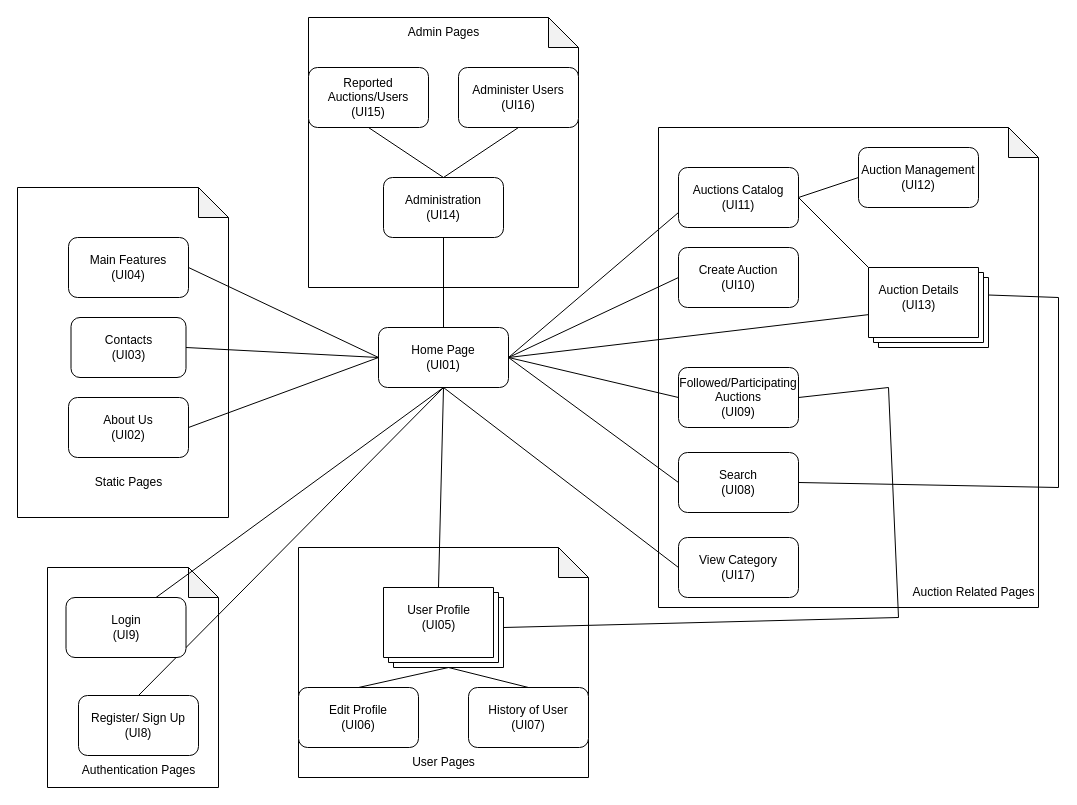
Earlier version of the draw.io diagram Diagrama sem nome.drawio (frutastontas/UML). Source tidied: cells renumbered, new cells numbered last; positions are measured from the earlier drawing's top-left corner, leaving out a move shared by most shapes. Both pictures are drawn from the tidied source at 100%, with x=0, y=0 at pixel (17, 17).
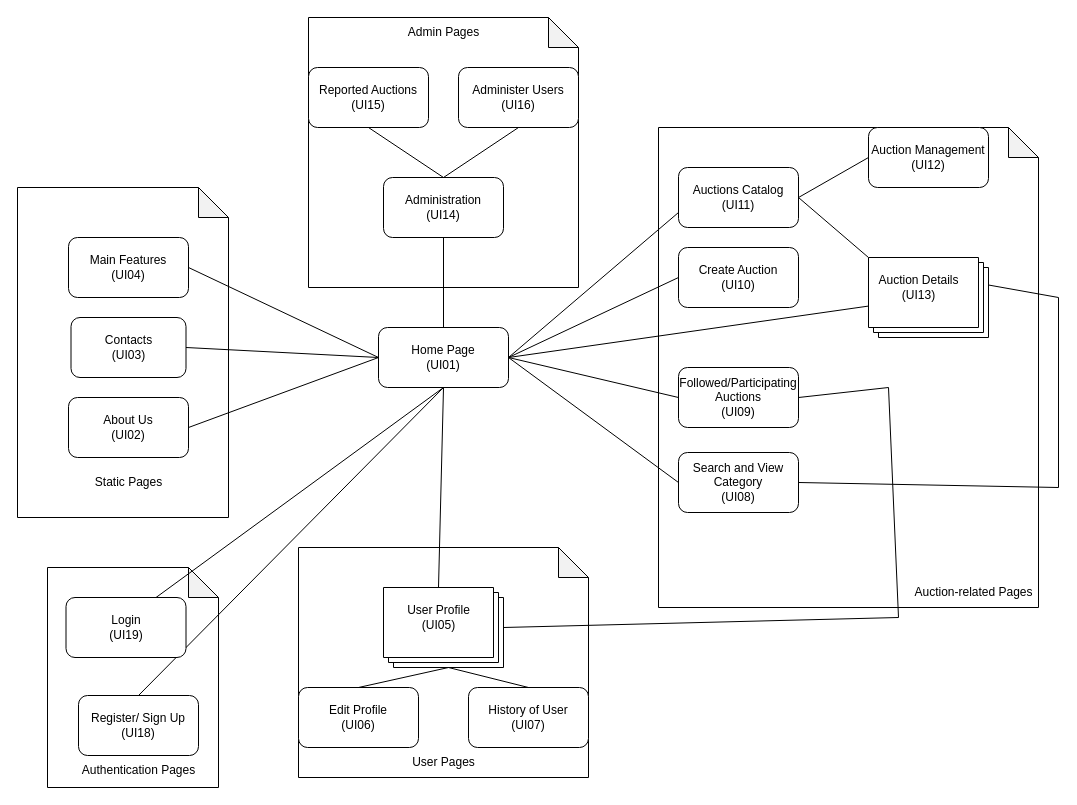
After the change.

The change refers to these unchanged cells:
```xml
<mxCell id="10" value="Home Page&lt;br&gt;(UI01)" style="rounded=1;whiteSpace=wrap;html=1;" parent="1" vertex="1">
  <mxGeometry x="361" y="310" width="130" height="60" as="geometry" />
</mxCell>
```

The edit, as a diff of the source:
```diff
@@
-    <mxCell id="17" value="Search&lt;br&gt;(UI08)" style="rounded=1;whiteSpace=wrap;html=1;" parent="1" vertex="1">
+    <mxCell id="17" value="Search and View Category&lt;br&gt;(UI08)" style="rounded=1;whiteSpace=wrap;html=1;" parent="1" vertex="1">
       <mxGeometry x="661" y="435" width="120" height="60" as="geometry" />
     </mxCell>
@@
     <mxCell id="21" value="Auction Management&lt;br&gt;(UI12)" style="rounded=1;whiteSpace=wrap;html=1;" parent="1" vertex="1">
-      <mxGeometry x="841" y="130" width="120" height="60" as="geometry" />
+      <mxGeometry x="851" y="110" width="120" height="60" as="geometry" />
     </mxCell>
@@
     <mxCell id="23" style="verticalLabelPosition=bottom;verticalAlign=top;html=1;shape=mxgraph.basic.layered_rect;dx=10;outlineConnect=0;whiteSpace=wrap;" parent="1" vertex="1">
-      <mxGeometry x="851" y="250" width="120" height="80" as="geometry" />
+      <mxGeometry x="851" y="240" width="120" height="80" as="geometry" />
     </mxCell>
     <mxCell id="24" value="Auction Details&lt;br&gt;(UI13)" style="text;html=1;align=center;verticalAlign=middle;strokeColor=none;fillColor=none;" parent="1" vertex="1">
-      <mxGeometry x="851" y="260" width="100" height="40" as="geometry" />
+      <mxGeometry x="851" y="250" width="100" height="40" as="geometry" />
     </mxCell>
@@
-    <mxCell id="27" value="Auction Related Pages" style="text;html=1;align=center;verticalAlign=middle;strokeColor=none;fillColor=none;" parent="1" vertex="1">
-      <mxGeometry x="881" y="560" width="150" height="30" as="geometry" />
+    <mxCell id="27" value="Auction-related Pages" style="text;html=1;align=center;verticalAlign=middle;strokeColor=none;fillColor=none;" parent="1" vertex="1">
+      <mxGeometry x="886" y="560" width="140" height="30" as="geometry" />
     </mxCell>
@@
-    <mxCell id="40" value="Reported Auctions/Users&lt;br&gt;(UI15)" style="rounded=1;whiteSpace=wrap;html=1;" parent="1" vertex="1">
+    <mxCell id="40" value="Reported Auctions&lt;br&gt;(UI15)" style="rounded=1;whiteSpace=wrap;html=1;" parent="1" vertex="1">
       <mxGeometry x="291" y="50" width="120" height="60" as="geometry" />
     </mxCell>
@@
-    <mxCell id="48" value="View Category&lt;br&gt;(UI17)" style="rounded=1;whiteSpace=wrap;html=1;" parent="1" vertex="1">
-      <mxGeometry x="661" y="520" width="120" height="60" as="geometry" />
-    </mxCell>
-    <mxCell id="49" style="endArrow=none;html=1;rounded=0;entryX=0.5;entryY=1;entryDx=0;entryDy=0;exitX=0;exitY=0.5;exitDx=0;exitDy=0;" parent="1" edge="1" source="48" target="10">
-      <mxGeometry relative="1" as="geometry" />
-    </mxCell>
@@
-    <mxCell id="51" value="Register/ Sign Up&lt;br&gt;(UI8)" style="rounded=1;whiteSpace=wrap;html=1;" parent="1" vertex="1">
+    <mxCell id="51" value="Register/ Sign Up&lt;br&gt;(UI18)" style="rounded=1;whiteSpace=wrap;html=1;" parent="1" vertex="1">
       <mxGeometry x="61" y="678" width="120" height="60" as="geometry" />
     </mxCell>
@@
-    <mxCell id="54" value="Login&lt;br&gt;(UI9)" style="rounded=1;whiteSpace=wrap;html=1;" parent="1" vertex="1">
+    <mxCell id="54" value="Login&lt;br&gt;(UI19)" style="rounded=1;whiteSpace=wrap;html=1;" parent="1" vertex="1">
       <mxGeometry x="48.5" y="580" width="120" height="60" as="geometry" />
     </mxCell>
```
